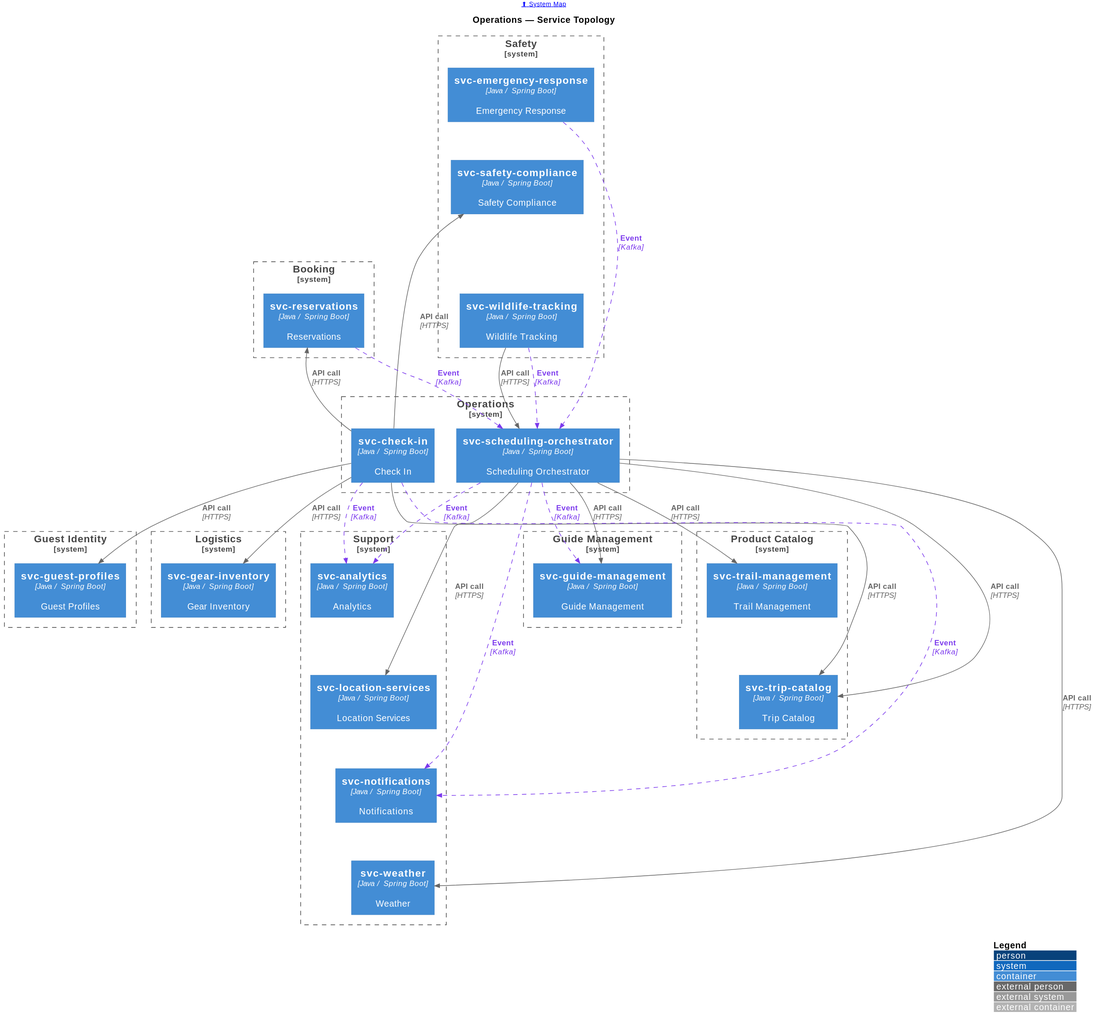
Before: portal/docs/topology/svg/topology-operations.svg, a diagram exported from PlantUML (christopherblaisdell/continuous-architecture-platform-poc). The source it was exported from:
```plantuml
@startuml
!include <c4/C4_Container>

LAYOUT_WITH_LEGEND()
LAYOUT_TOP_DOWN()

AddRelTag("kafka", $lineStyle=DashedLine(), $lineColor="#7c3aed", $textColor="#7c3aed", $legendText="Kafka Events")

header [[/topology/system-map/ ⬆ System Map]]
title Operations — Service Topology

System_Boundary(Operations, "Operations") {
    Container(svc_check_in, "svc-check-in", "Java / Spring Boot", "Check In", $link="/microservices/svc-check-in/#integration-context")
    Container(svc_scheduling_orchestrator, "svc-scheduling-orchestrator", "Java / Spring Boot", "Scheduling Orchestrator", $link="/microservices/svc-scheduling-orchestrator/#integration-context")
}

System_Boundary(Booking, "Booking") {
    Container(svc_reservations, "svc-reservations", "Java / Spring Boot", "Reservations", $link="/microservices/svc-reservations/#integration-context")
}

System_Boundary(Guest_Identity, "Guest Identity") {
    Container(svc_guest_profiles, "svc-guest-profiles", "Java / Spring Boot", "Guest Profiles", $link="/microservices/svc-guest-profiles/#integration-context")
}

System_Boundary(Guide_Management, "Guide Management") {
    Container(svc_guide_management, "svc-guide-management", "Java / Spring Boot", "Guide Management", $link="/microservices/svc-guide-management/#integration-context")
}

System_Boundary(Logistics, "Logistics") {
    Container(svc_gear_inventory, "svc-gear-inventory", "Java / Spring Boot", "Gear Inventory", $link="/microservices/svc-gear-inventory/#integration-context")
}

System_Boundary(Product_Catalog, "Product Catalog") {
    Container(svc_trail_management, "svc-trail-management", "Java / Spring Boot", "Trail Management", $link="/microservices/svc-trail-management/#integration-context")
    Container(svc_trip_catalog, "svc-trip-catalog", "Java / Spring Boot", "Trip Catalog", $link="/microservices/svc-trip-catalog/#integration-context")
}

System_Boundary(Safety, "Safety") {
    Container(svc_emergency_response, "svc-emergency-response", "Java / Spring Boot", "Emergency Response", $link="/microservices/svc-emergency-response/#integration-context")
    Container(svc_safety_compliance, "svc-safety-compliance", "Java / Spring Boot", "Safety Compliance", $link="/microservices/svc-safety-compliance/#integration-context")
    Container(svc_wildlife_tracking, "svc-wildlife-tracking", "Java / Spring Boot", "Wildlife Tracking", $link="/microservices/svc-wildlife-tracking/#integration-context")
}

System_Boundary(Support, "Support") {
    Container(svc_analytics, "svc-analytics", "Java / Spring Boot", "Analytics", $link="/microservices/svc-analytics/#integration-context")
    Container(svc_location_services, "svc-location-services", "Java / Spring Boot", "Location Services", $link="/microservices/svc-location-services/#integration-context")
    Container(svc_notifications, "svc-notifications", "Java / Spring Boot", "Notifications", $link="/microservices/svc-notifications/#integration-context")
    Container(svc_weather, "svc-weather", "Java / Spring Boot", "Weather", $link="/microservices/svc-weather/#integration-context")
}

Rel(svc_check_in, svc_gear_inventory, "API call", "HTTPS")
Rel(svc_check_in, svc_guest_profiles, "API call", "HTTPS")
Rel(svc_check_in, svc_reservations, "API call", "HTTPS")
Rel(svc_check_in, svc_safety_compliance, "API call", "HTTPS")
Rel(svc_check_in, svc_trip_catalog, "API call", "HTTPS")
Rel(svc_scheduling_orchestrator, svc_guide_management, "API call", "HTTPS")
Rel(svc_scheduling_orchestrator, svc_location_services, "API call", "HTTPS")
Rel(svc_scheduling_orchestrator, svc_trail_management, "API call", "HTTPS")
Rel(svc_scheduling_orchestrator, svc_trip_catalog, "API call", "HTTPS")
Rel(svc_scheduling_orchestrator, svc_weather, "API call", "HTTPS")
Rel(svc_wildlife_tracking, svc_scheduling_orchestrator, "API call", "HTTPS")
Rel(svc_check_in, svc_analytics, "Event", "Kafka", $tags="kafka")
Rel(svc_check_in, svc_notifications, "Event", "Kafka", $tags="kafka")
Rel(svc_emergency_response, svc_scheduling_orchestrator, "Event", "Kafka", $tags="kafka")
Rel(svc_reservations, svc_scheduling_orchestrator, "Event", "Kafka", $tags="kafka")
Rel(svc_scheduling_orchestrator, svc_analytics, "Event", "Kafka", $tags="kafka")
Rel(svc_scheduling_orchestrator, svc_guide_management, "Event", "Kafka", $tags="kafka")
Rel(svc_scheduling_orchestrator, svc_notifications, "Event", "Kafka", $tags="kafka")
Rel(svc_wildlife_tracking, svc_scheduling_orchestrator, "Event", "Kafka", $tags="kafka")
Lay_D(svc_trail_management, svc_trip_catalog)
Lay_D(svc_emergency_response, svc_safety_compliance)
Lay_D(svc_safety_compliance, svc_wildlife_tracking)
Lay_D(svc_analytics, svc_location_services)
Lay_D(svc_location_services, svc_notifications)
Lay_D(svc_notifications, svc_weather)
@enduml
```
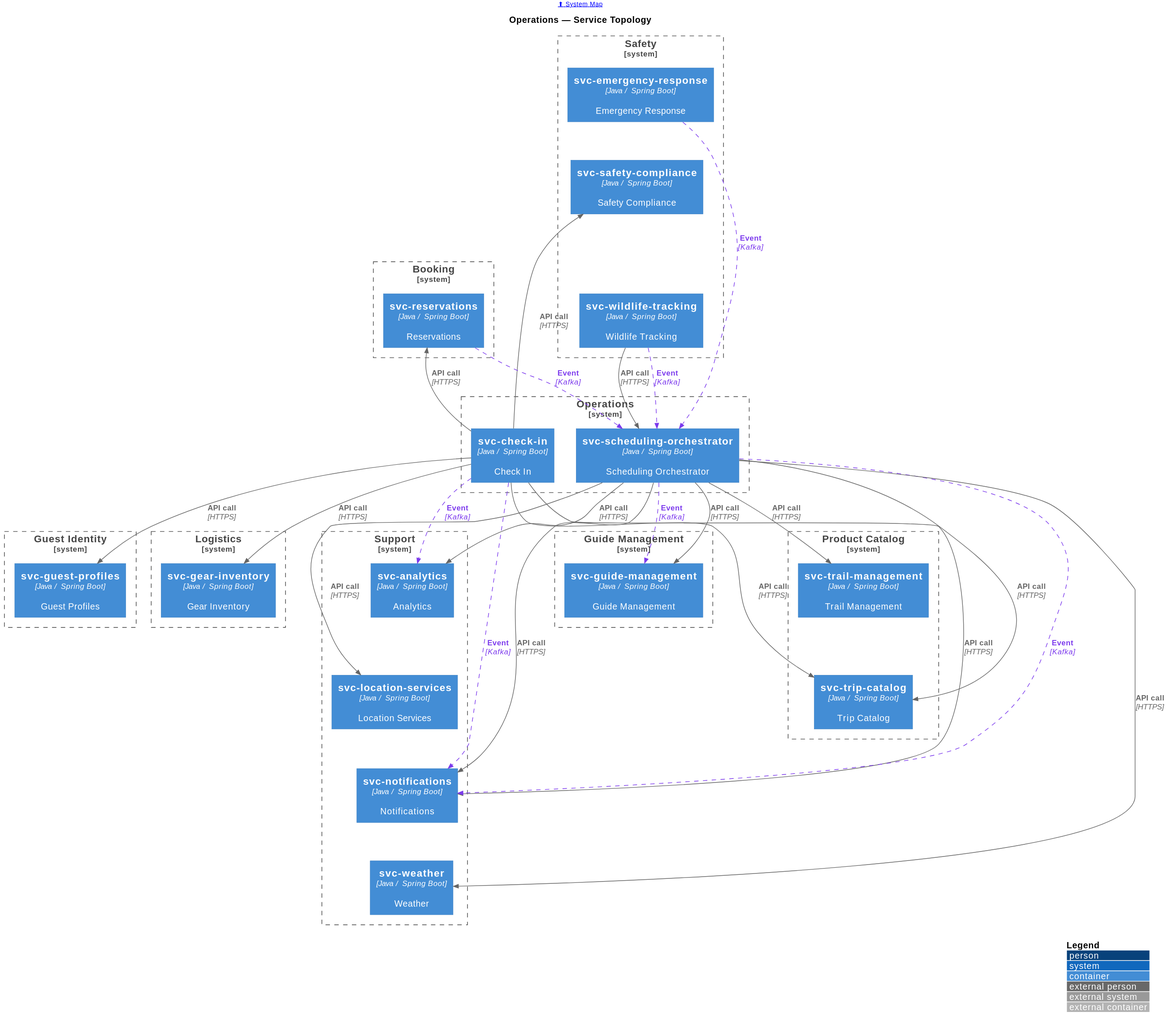
The same diagram one commit later.

What changed in the source:
```diff
@@ -50,11 +50,14 @@
 
 Rel(svc_check_in, svc_gear_inventory, "API call", "HTTPS")
 Rel(svc_check_in, svc_guest_profiles, "API call", "HTTPS")
+Rel(svc_check_in, svc_notifications, "API call", "HTTPS")
 Rel(svc_check_in, svc_reservations, "API call", "HTTPS")
 Rel(svc_check_in, svc_safety_compliance, "API call", "HTTPS")
 Rel(svc_check_in, svc_trip_catalog, "API call", "HTTPS")
+Rel(svc_scheduling_orchestrator, svc_analytics, "API call", "HTTPS")
 Rel(svc_scheduling_orchestrator, svc_guide_management, "API call", "HTTPS")
 Rel(svc_scheduling_orchestrator, svc_location_services, "API call", "HTTPS")
+Rel(svc_scheduling_orchestrator, svc_notifications, "API call", "HTTPS")
 Rel(svc_scheduling_orchestrator, svc_trail_management, "API call", "HTTPS")
 Rel(svc_scheduling_orchestrator, svc_trip_catalog, "API call", "HTTPS")
 Rel(svc_scheduling_orchestrator, svc_weather, "API call", "HTTPS")
@@ -63,7 +66,6 @@
 Rel(svc_check_in, svc_notifications, "Event", "Kafka", $tags="kafka")
 Rel(svc_emergency_response, svc_scheduling_orchestrator, "Event", "Kafka", $tags="kafka")
 Rel(svc_reservations, svc_scheduling_orchestrator, "Event", "Kafka", $tags="kafka")
-Rel(svc_scheduling_orchestrator, svc_analytics, "Event", "Kafka", $tags="kafka")
 Rel(svc_scheduling_orchestrator, svc_guide_management, "Event", "Kafka", $tags="kafka")
 Rel(svc_scheduling_orchestrator, svc_notifications, "Event", "Kafka", $tags="kafka")
 Rel(svc_wildlife_tracking, svc_scheduling_orchestrator, "Event", "Kafka", $tags="kafka")
```
